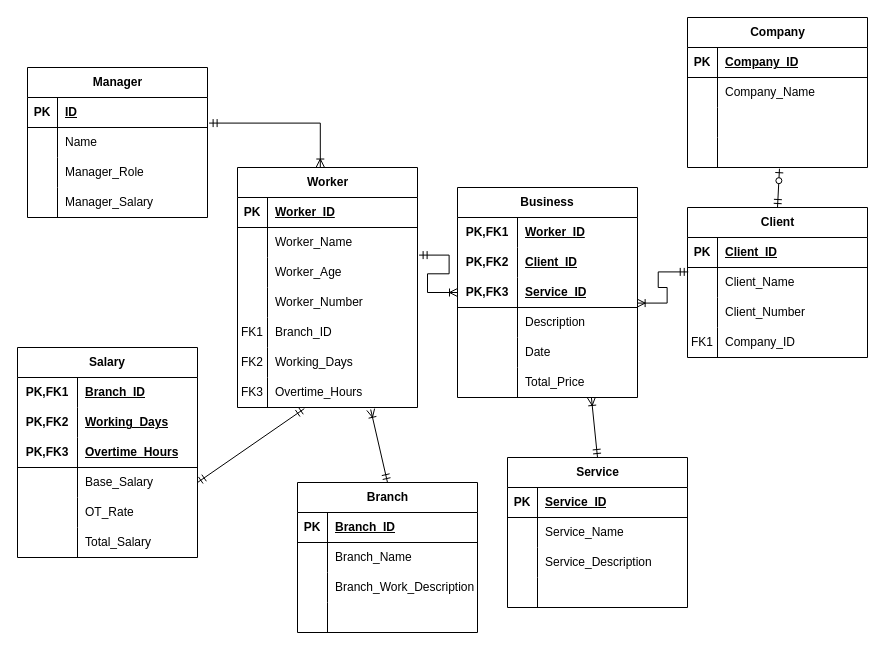
Before: wia2001assg.drawio in justn0thinghere/drawio, a draw.io diagram. Source tidied: cells renumbered, new cells numbered last; positions are measured from the earlier drawing's top-left corner, leaving out a move shared by most shapes. Both pictures are drawn from the tidied source at 100%, with x=0, y=0 at pixel (17, 17).
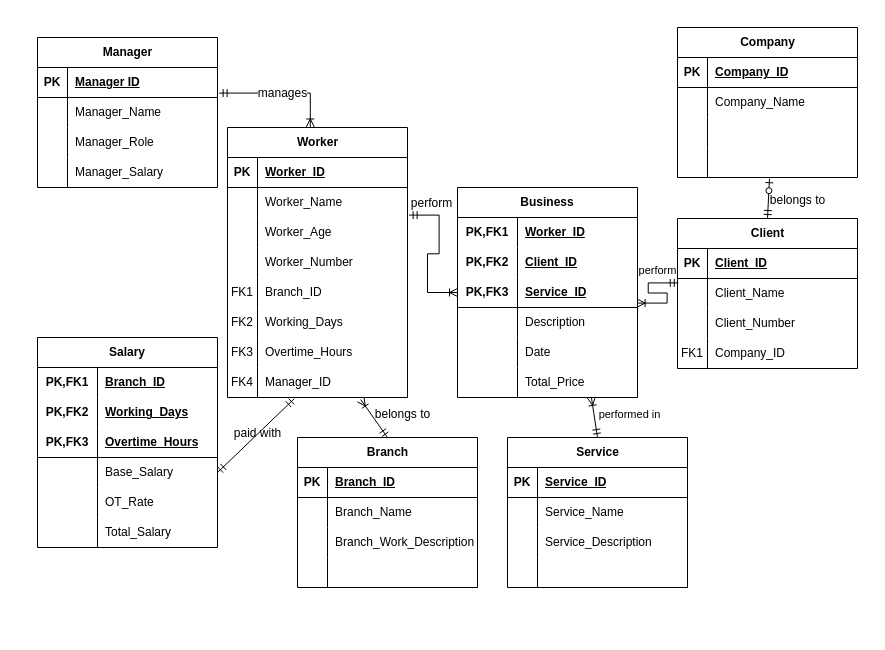
The same diagram, later.

The change refers to these unchanged cells:
```xml
<mxCell id="89" style="shape=tableRow;horizontal=0;startSize=0;swimlaneHead=0;swimlaneBody=0;fillColor=none;points=[[0,0.5],[1,0.5]];portConstraint=eastwest;top=0;left=0;right=0;bottom=1;" parent="88" vertex="1">
  <mxGeometry y="30" width="180" height="30" as="geometry" />
</mxCell>
<mxCell id="92" style="shape=tableRow;horizontal=0;startSize=0;swimlaneHead=0;swimlaneBody=0;fillColor=none;top=0;left=0;right=0;bottom=0;" parent="88" vertex="1">
  <mxGeometry y="60" width="180" height="30" as="geometry" />
</mxCell>
```

The edit, as a diff of the source:
```diff
@@
     <mxCell id="21" value="Service" style="shape=table;startSize=30;childLayout=tableLayout;rowLines=0;fontStyle=1;align=center;html=1;" parent="1" vertex="1">
-      <mxGeometry x="490" y="440" width="180" height="150" as="geometry" />
+      <mxGeometry x="490" y="420" width="180" height="150" as="geometry" />
     </mxCell>
@@
     <mxCell id="34" value="Worker" style="shape=table;startSize=30;childLayout=tableLayout;rowLines=0;fontStyle=1;align=center;html=1;" parent="1" vertex="1">
-      <mxGeometry x="220" y="150" width="180" height="240" as="geometry" />
+      <mxGeometry x="210" y="110" width="180" height="270" as="geometry" />
     </mxCell>
@@
+    <mxCell id="134" style="shape=tableRow;horizontal=0;startSize=0;swimlaneHead=0;swimlaneBody=0;fillColor=none;top=0;left=0;right=0;bottom=0;" parent="34" vertex="1">
+      <mxGeometry y="210" width="180" height="30" as="geometry" />
+    </mxCell>
+    <mxCell id="135" value="FK3" style="shape=partialRectangle;fillColor=none;top=0;left=0;bottom=0;right=0;overflow=hidden;whiteSpace=wrap;html=1;" parent="134" vertex="1">
+      <mxGeometry width="30" height="30" as="geometry" />
+    </mxCell>
+    <mxCell id="136" value="Overtime_Hours" style="shape=partialRectangle;fillColor=none;top=0;left=0;bottom=0;right=0;align=left;spacingLeft=6;overflow=hidden;whiteSpace=wrap;html=1;" parent="134" vertex="1">
+      <mxGeometry x="30" width="150" height="30" as="geometry" />
+    </mxCell>
     <mxCell id="53" style="shape=tableRow;horizontal=0;startSize=0;swimlaneHead=0;swimlaneBody=0;fillColor=none;points=[[0,0.5],[1,0.5]];portConstraint=eastwest;top=0;left=0;right=0;bottom=0;" parent="34" vertex="1">
-      <mxGeometry y="210" width="180" height="30" as="geometry" />
+      <mxGeometry y="240" width="180" height="30" as="geometry" />
     </mxCell>
-    <mxCell id="54" value="FK3" style="shape=partialRectangle;fillColor=none;top=0;left=0;bottom=0;right=0;overflow=hidden;whiteSpace=wrap;html=1;" parent="53" vertex="1">
+    <mxCell id="54" value="FK4" style="shape=partialRectangle;fillColor=none;top=0;left=0;bottom=0;right=0;overflow=hidden;whiteSpace=wrap;html=1;" parent="53" vertex="1">
       <mxGeometry width="30" height="30" as="geometry" />
     </mxCell>
-    <mxCell id="55" value="Overtime_Hours" style="shape=partialRectangle;fillColor=none;top=0;left=0;bottom=0;right=0;align=left;spacingLeft=6;overflow=hidden;whiteSpace=wrap;html=1;" parent="53" vertex="1">
+    <mxCell id="55" value="Manager_ID" style="shape=partialRectangle;fillColor=none;top=0;left=0;bottom=0;right=0;align=left;spacingLeft=6;overflow=hidden;whiteSpace=wrap;html=1;" parent="53" vertex="1">
       <mxGeometry x="30" width="150" height="30" as="geometry" />
     </mxCell>
     <mxCell id="56" value="Branch" style="shape=table;startSize=30;childLayout=tableLayout;rowLines=0;fontStyle=1;align=center;html=1;" parent="1" vertex="1">
-      <mxGeometry x="280" y="465" width="180" height="150" as="geometry" />
+      <mxGeometry x="280" y="420" width="180" height="150" as="geometry" />
     </mxCell>
@@
     <mxCell id="69" value="Salary" style="shape=table;startSize=30;childLayout=tableLayout;rowLines=0;fontStyle=1;align=center;html=1;whiteSpace=wrap;" parent="1" vertex="1">
-      <mxGeometry y="330" width="180" height="210" as="geometry" />
+      <mxGeometry x="20" y="320" width="180" height="210" as="geometry" />
     </mxCell>
@@
     <mxCell id="88" value="Manager" style="shape=table;startSize=30;childLayout=tableLayout;rowLines=0;fontStyle=1;align=center;html=1;" parent="1" vertex="1">
-      <mxGeometry x="10" y="50" width="180" height="150" as="geometry" />
+      <mxGeometry x="20" y="20" width="180" height="150" as="geometry" />
     </mxCell>
@@
-    <mxCell id="91" value="ID" style="shape=partialRectangle;fillColor=none;top=0;left=0;bottom=0;right=0;align=left;spacingLeft=6;fontStyle=5;overflow=hidden;whiteSpace=wrap;html=1;" parent="89" vertex="1">
+    <mxCell id="91" value="Manager ID" style="shape=partialRectangle;fillColor=none;top=0;left=0;bottom=0;right=0;align=left;spacingLeft=6;fontStyle=5;overflow=hidden;whiteSpace=wrap;html=1;" parent="89" vertex="1">
       <mxGeometry x="30" width="150" height="30" as="geometry" />
     </mxCell>
@@
-    <mxCell id="94" value="Name" style="shape=partialRectangle;fillColor=none;top=0;left=0;bottom=0;right=0;align=left;spacingLeft=6;overflow=hidden;whiteSpace=wrap;html=1;" parent="92" vertex="1">
+    <mxCell id="94" value="Manager_Name" style="shape=partialRectangle;fillColor=none;top=0;left=0;bottom=0;right=0;align=left;spacingLeft=6;overflow=hidden;whiteSpace=wrap;html=1;" parent="92" vertex="1">
       <mxGeometry x="30" width="150" height="30" as="geometry" />
     </mxCell>
@@
     <mxCell id="101" value="Client" style="shape=table;startSize=30;childLayout=tableLayout;rowLines=0;fontStyle=1;align=center;html=1;" parent="1" vertex="1">
-      <mxGeometry x="670" y="190" width="180" height="150" as="geometry" />
+      <mxGeometry x="660" y="201" width="180" height="150" as="geometry" />
     </mxCell>
@@
     <mxCell id="114" value="Company" style="shape=table;startSize=30;childLayout=tableLayout;rowLines=0;fontStyle=1;align=center;html=1;" parent="1" vertex="1">
-      <mxGeometry x="670" width="180" height="150" as="geometry" />
+      <mxGeometry x="660" y="10" width="180" height="150" as="geometry" />
     </mxCell>
@@
-    <mxCell id="129" style="edgeStyle=orthogonalEdgeStyle;fontSize=12;html=1;endArrow=ERoneToMany;startArrow=ERmandOne;rounded=0;entryX=0.46;entryY=-0.002;entryDx=0;entryDy=0;exitX=1.009;exitY=0.853;exitDx=0;exitDy=0;exitPerimeter=0;entryPerimeter=0;" parent="1" edge="1" source="89" target="34">
+    <mxCell id="129" value="manages" style="edgeStyle=orthogonalEdgeStyle;fontSize=12;html=1;endArrow=ERoneToMany;startArrow=ERmandOne;rounded=0;entryX=0.46;entryY=-0.002;entryDx=0;entryDy=0;exitX=1.009;exitY=0.853;exitDx=0;exitDy=0;exitPerimeter=0;entryPerimeter=0;" parent="1" edge="1" source="89" target="34">
       <mxGeometry relative="1" as="geometry" />
     </mxCell>
@@
+    <mxCell id="137" value="perform" style="text;html=1;align=center;verticalAlign=middle;strokeColor=none;fillColor=none;" parent="1" vertex="1">
+      <mxGeometry x="384" y="171" width="60" height="30" as="geometry" />
+    </mxCell>
+    <mxCell id="138" value="&lt;font style=&quot;font-size: 11px;&quot;&gt;perform&lt;/font&gt;" style="text;html=1;align=center;verticalAlign=middle;strokeColor=none;fillColor=none;" parent="1" vertex="1">
+      <mxGeometry x="610" y="238" width="60" height="30" as="geometry" />
+    </mxCell>
+    <mxCell id="139" value="&lt;font style=&quot;font-size: 11px;&quot;&gt;performed in&lt;/font&gt;" style="text;html=1;align=center;verticalAlign=middle;strokeColor=none;fillColor=none;" parent="1" vertex="1">
+      <mxGeometry x="567" y="382" width="90" height="30" as="geometry" />
+    </mxCell>
+    <mxCell id="140" value="belongs to" style="text;html=1;align=center;verticalAlign=middle;strokeColor=none;fillColor=none;" parent="1" vertex="1">
+      <mxGeometry x="345" y="382" width="80" height="30" as="geometry" />
+    </mxCell>
+    <mxCell id="141" value="belongs to" style="text;html=1;align=center;verticalAlign=middle;strokeColor=none;fillColor=none;" parent="1" vertex="1">
+      <mxGeometry x="740" y="168" width="80" height="30" as="geometry" />
+    </mxCell>
+    <mxCell id="142" value="paid with" style="text;html=1;align=center;verticalAlign=middle;strokeColor=none;fillColor=none;" parent="1" vertex="1">
+      <mxGeometry x="205" y="401" width="70" height="30" as="geometry" />
+    </mxCell>
```
